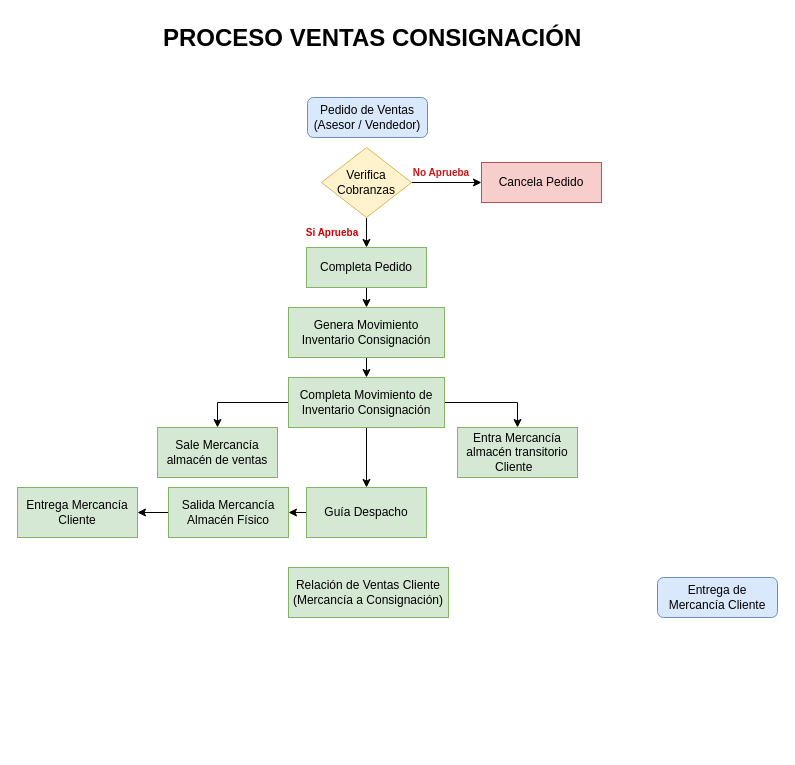
The draw.io diagram Proceso_Consignación-Ventas.drawio in oscarinak/draw.io, before the edit. Source tidied: cells renumbered, new cells numbered last; positions are measured from the earlier drawing's top-left corner, leaving out a move shared by most shapes. Both pictures are drawn from the tidied source at 100%, with x=0, y=0 at pixel (17, 17).
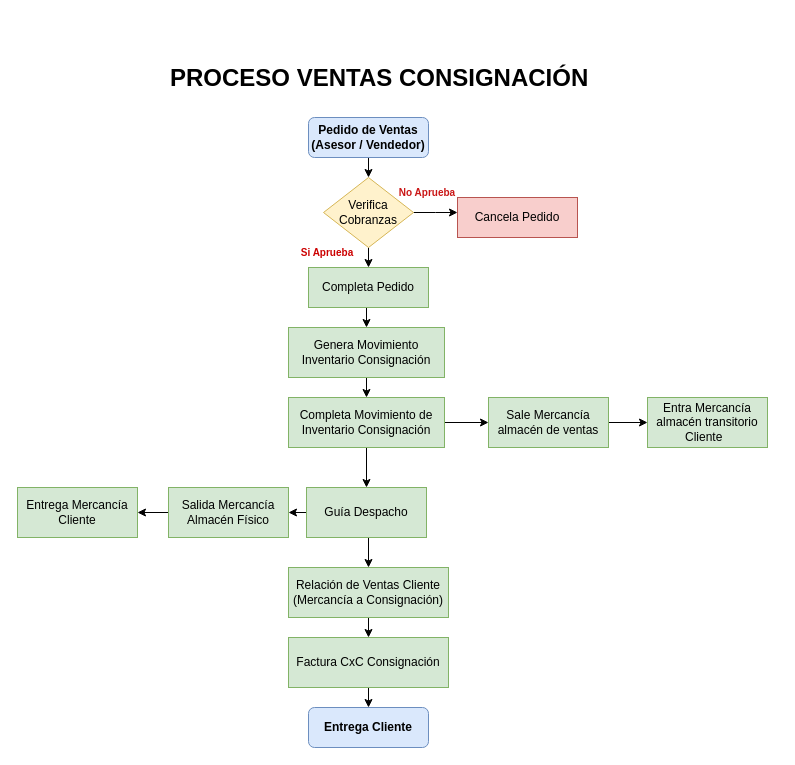
After the change.

Unchanged cells that the change refers to:
```xml
<mxCell id="14" value="Guía Despacho" style="rounded=0;whiteSpace=wrap;html=1;fillColor=#d5e8d4;strokeColor=#82b366;" parent="1" vertex="1">
  <mxGeometry x="289" y="470" width="120" height="50" as="geometry" />
</mxCell>
<mxCell id="26" value="Relación de Ventas Cliente (Mercancía a Consignación)" style="rounded=0;whiteSpace=wrap;html=1;fillColor=#d5e8d4;strokeColor=#82b366;" parent="1" vertex="1">
  <mxGeometry x="271" y="550" width="160" height="50" as="geometry" />
</mxCell>
```

Change to the diagram source:
```diff
@@
+    <mxCell id="27" style="edgeStyle=orthogonalEdgeStyle;rounded=0;jettySize=auto;html=1;exitX=0.5;exitY=1;exitDx=0;exitDy=0;entryX=0.5;entryY=0;entryDx=0;entryDy=0;" parent="1" edge="1" source="2" target="5">
+      <mxGeometry relative="1" as="geometry" />
+    </mxCell>
-    <mxCell id="2" value="Pedido de Ventas&lt;div&gt;(Asesor / Vendedor)&lt;/div&gt;" style="rounded=1;whiteSpace=wrap;html=1;fontSize=12;glass=0;strokeWidth=1;shadow=0;fillColor=#dae8fc;strokeColor=#6c8ebf;" parent="1" vertex="1">
-      <mxGeometry x="290" y="80" width="120" height="40" as="geometry" />
+    <mxCell id="2" value="&lt;b&gt;Pedido de Ventas&lt;/b&gt;&lt;div&gt;&lt;b&gt;(Asesor / Vendedor)&lt;/b&gt;&lt;/div&gt;" style="rounded=1;whiteSpace=wrap;html=1;fontSize=12;glass=0;strokeWidth=1;shadow=0;fillColor=#dae8fc;strokeColor=#6c8ebf;" parent="1" vertex="1">
+      <mxGeometry x="291" y="100" width="120" height="40" as="geometry" />
     </mxCell>
-    <mxCell id="3" style="edgeStyle=orthogonalEdgeStyle;rounded=0;jettySize=auto;html=1;exitX=1;exitY=0.5;exitDx=0;exitDy=0;entryX=0;entryY=0.5;entryDx=0;entryDy=0;" parent="1" edge="1" source="5" target="8">
-      <mxGeometry relative="1" as="geometry" />
-    </mxCell>
-    <mxCell id="4" style="edgeStyle=orthogonalEdgeStyle;rounded=0;jettySize=auto;html=1;exitX=0.5;exitY=1;exitDx=0;exitDy=0;" parent="1" edge="1" source="5">
-      <mxGeometry relative="1" as="geometry">
-        <mxPoint x="349" y="230" as="targetPoint" />
-      </mxGeometry>
-    </mxCell>
+    <mxCell id="28" style="edgeStyle=orthogonalEdgeStyle;rounded=0;jettySize=auto;html=1;exitX=1;exitY=0.5;exitDx=0;exitDy=0;" parent="1" edge="1" source="5">
+      <mxGeometry relative="1" as="geometry">
+        <mxPoint x="440" y="195" as="targetPoint" />
+      </mxGeometry>
+    </mxCell>
+    <mxCell id="29" style="edgeStyle=orthogonalEdgeStyle;rounded=0;jettySize=auto;html=1;exitX=0.5;exitY=1;exitDx=0;exitDy=0;entryX=0.5;entryY=0;entryDx=0;entryDy=0;" parent="1" edge="1" source="5" target="10">
+      <mxGeometry relative="1" as="geometry" />
+    </mxCell>
     <mxCell id="5" value="Verifica Cobranzas" style="rhombus;whiteSpace=wrap;html=1;fillColor=#fff2cc;strokeColor=#d6b656;" parent="1" vertex="1">
-      <mxGeometry x="304" y="130" width="90" height="70" as="geometry" />
+      <mxGeometry x="306" y="160" width="90" height="70" as="geometry" />
     </mxCell>
     <mxCell id="6" value="&lt;font color=&quot;#ca1616&quot; style=&quot;font-size: 10px;&quot;&gt;&lt;b&gt;No Aprueba&lt;/b&gt;&lt;/font&gt;" style="text;html=1;align=center;verticalAlign=middle;whiteSpace=wrap;rounded=0;" parent="1" vertex="1">
-      <mxGeometry x="394" y="140" width="60" height="30" as="geometry" />
+      <mxGeometry x="380" y="160" width="60" height="30" as="geometry" />
     </mxCell>
     <mxCell id="7" value="&lt;font color=&quot;#cc0000&quot; style=&quot;font-size: 10px;&quot;&gt;&lt;b&gt;Si Aprueba&lt;/b&gt;&lt;/font&gt;" style="text;html=1;align=center;verticalAlign=middle;whiteSpace=wrap;rounded=0;" parent="1" vertex="1">
-      <mxGeometry x="285" y="200" width="60" height="30" as="geometry" />
+      <mxGeometry x="280" y="220" width="60" height="30" as="geometry" />
     </mxCell>
     <mxCell id="8" value="Cancela Pedido" style="rounded=0;whiteSpace=wrap;html=1;fillColor=#f8cecc;strokeColor=#b85450;" parent="1" vertex="1">
-      <mxGeometry x="464" y="145" width="120" height="40" as="geometry" />
+      <mxGeometry x="440" y="180" width="120" height="40" as="geometry" />
     </mxCell>
@@
     <mxCell id="10" value="Completa Pedido" style="rounded=0;whiteSpace=wrap;html=1;fillColor=#d5e8d4;strokeColor=#82b366;" parent="1" vertex="1">
-      <mxGeometry x="289" y="230" width="120" height="40" as="geometry" />
+      <mxGeometry x="291" y="250" width="120" height="40" as="geometry" />
     </mxCell>
@@
     <mxCell id="12" value="Genera Movimiento Inventario Consignación" style="rounded=0;whiteSpace=wrap;html=1;fillColor=#d5e8d4;strokeColor=#82b366;" parent="1" vertex="1">
-      <mxGeometry x="271" y="290" width="156" height="50" as="geometry" />
+      <mxGeometry x="271" y="310" width="156" height="50" as="geometry" />
     </mxCell>
@@
+    <mxCell id="30" style="edgeStyle=orthogonalEdgeStyle;rounded=0;jettySize=auto;html=1;exitX=0.5;exitY=1;exitDx=0;exitDy=0;entryX=0.5;entryY=0;entryDx=0;entryDy=0;" parent="1" edge="1" source="14" target="26">
+      <mxGeometry relative="1" as="geometry" />
+    </mxCell>
@@
-    <mxCell id="15" value="Entrega de Mercancía Cliente" style="rounded=1;whiteSpace=wrap;html=1;fontSize=12;glass=0;strokeWidth=1;shadow=0;fillColor=#dae8fc;strokeColor=#6c8ebf;" parent="1" vertex="1">
-      <mxGeometry x="640" y="560" width="120" height="40" as="geometry" />
+    <mxCell id="15" value="&lt;b&gt;Entrega Cliente&lt;/b&gt;" style="rounded=1;whiteSpace=wrap;html=1;fontSize=12;glass=0;strokeWidth=1;shadow=0;fillColor=#dae8fc;strokeColor=#6c8ebf;" parent="1" vertex="1">
+      <mxGeometry x="291" y="690" width="120" height="40" as="geometry" />
     </mxCell>
     <mxCell id="16" value="&lt;h1 style=&quot;margin-top: 0px;&quot;&gt;PROCESO VENTAS CONSIGNACIÓN&lt;/h1&gt;" style="text;html=1;whiteSpace=wrap;overflow=hidden;rounded=0;" parent="1" vertex="1">
-      <mxGeometry x="144" width="440" height="40" as="geometry" />
+      <mxGeometry x="151" y="40" width="440" height="40" as="geometry" />
     </mxCell>
+    <mxCell id="19" style="edgeStyle=orthogonalEdgeStyle;rounded=0;jettySize=auto;html=1;exitX=0.5;exitY=1;exitDx=0;exitDy=0;" parent="1" edge="1" source="20" target="14">
+      <mxGeometry relative="1" as="geometry" />
+    </mxCell>
-    <mxCell id="17" style="edgeStyle=orthogonalEdgeStyle;rounded=0;jettySize=auto;html=1;exitX=0;exitY=0.5;exitDx=0;exitDy=0;entryX=0.5;entryY=0;entryDx=0;entryDy=0;" parent="1" edge="1" source="20" target="21">
+    <mxCell id="17" style="edgeStyle=orthogonalEdgeStyle;rounded=0;jettySize=auto;html=1;exitX=1;exitY=0.5;exitDx=0;exitDy=0;entryX=0;entryY=0.5;entryDx=0;entryDy=0;" parent="1" edge="1" source="20" target="21">
       <mxGeometry relative="1" as="geometry" />
     </mxCell>
-    <mxCell id="18" style="edgeStyle=orthogonalEdgeStyle;rounded=0;jettySize=auto;html=1;exitX=1;exitY=0.5;exitDx=0;exitDy=0;entryX=0.5;entryY=0;entryDx=0;entryDy=0;" parent="1" edge="1" source="20" target="22">
-      <mxGeometry relative="1" as="geometry" />
-    </mxCell>
-    <mxCell id="19" style="edgeStyle=orthogonalEdgeStyle;rounded=0;jettySize=auto;html=1;exitX=0.5;exitY=1;exitDx=0;exitDy=0;" parent="1" edge="1" source="20" target="14">
-      <mxGeometry relative="1" as="geometry" />
-    </mxCell>
     <mxCell id="20" value="Completa Movimiento de Inventario Consignación" style="rounded=0;whiteSpace=wrap;html=1;fillColor=#d5e8d4;strokeColor=#82b366;" parent="1" vertex="1">
-      <mxGeometry x="271" y="360" width="156" height="50" as="geometry" />
+      <mxGeometry x="271" y="380" width="156" height="50" as="geometry" />
     </mxCell>
+    <mxCell id="31" style="edgeStyle=orthogonalEdgeStyle;rounded=0;jettySize=auto;html=1;exitX=1;exitY=0.5;exitDx=0;exitDy=0;entryX=0;entryY=0.5;entryDx=0;entryDy=0;" parent="1" edge="1" source="21" target="22">
+      <mxGeometry relative="1" as="geometry" />
+    </mxCell>
     <mxCell id="21" value="Sale Mercancía almacén de ventas" style="rounded=0;whiteSpace=wrap;html=1;fillColor=#d5e8d4;strokeColor=#82b366;" parent="1" vertex="1">
-      <mxGeometry x="140" y="410" width="120" height="50" as="geometry" />
+      <mxGeometry x="471" y="380" width="120" height="50" as="geometry" />
     </mxCell>
     <mxCell id="22" value="Entra Mercancía almacén transitorio Cliente&amp;nbsp;&amp;nbsp;" style="rounded=0;whiteSpace=wrap;html=1;fillColor=#d5e8d4;strokeColor=#82b366;" parent="1" vertex="1">
-      <mxGeometry x="440" y="410" width="120" height="50" as="geometry" />
+      <mxGeometry x="630" y="380" width="120" height="50" as="geometry" />
     </mxCell>
@@
+    <mxCell id="32" style="edgeStyle=orthogonalEdgeStyle;rounded=0;jettySize=auto;html=1;exitX=0.5;exitY=1;exitDx=0;exitDy=0;entryX=0.5;entryY=0;entryDx=0;entryDy=0;" parent="1" edge="1" source="26" target="34">
+      <mxGeometry relative="1" as="geometry" />
+    </mxCell>
@@
+    <mxCell id="33" style="edgeStyle=orthogonalEdgeStyle;rounded=0;jettySize=auto;html=1;exitX=0.5;exitY=1;exitDx=0;exitDy=0;entryX=0.5;entryY=0;entryDx=0;entryDy=0;" parent="1" edge="1" source="34" target="15">
+      <mxGeometry relative="1" as="geometry" />
+    </mxCell>
+    <mxCell id="34" value="Factura CxC Consignación" style="rounded=0;whiteSpace=wrap;html=1;fillColor=#d5e8d4;strokeColor=#82b366;" parent="1" vertex="1">
+      <mxGeometry x="271" y="620" width="160" height="50" as="geometry" />
+    </mxCell>
```
